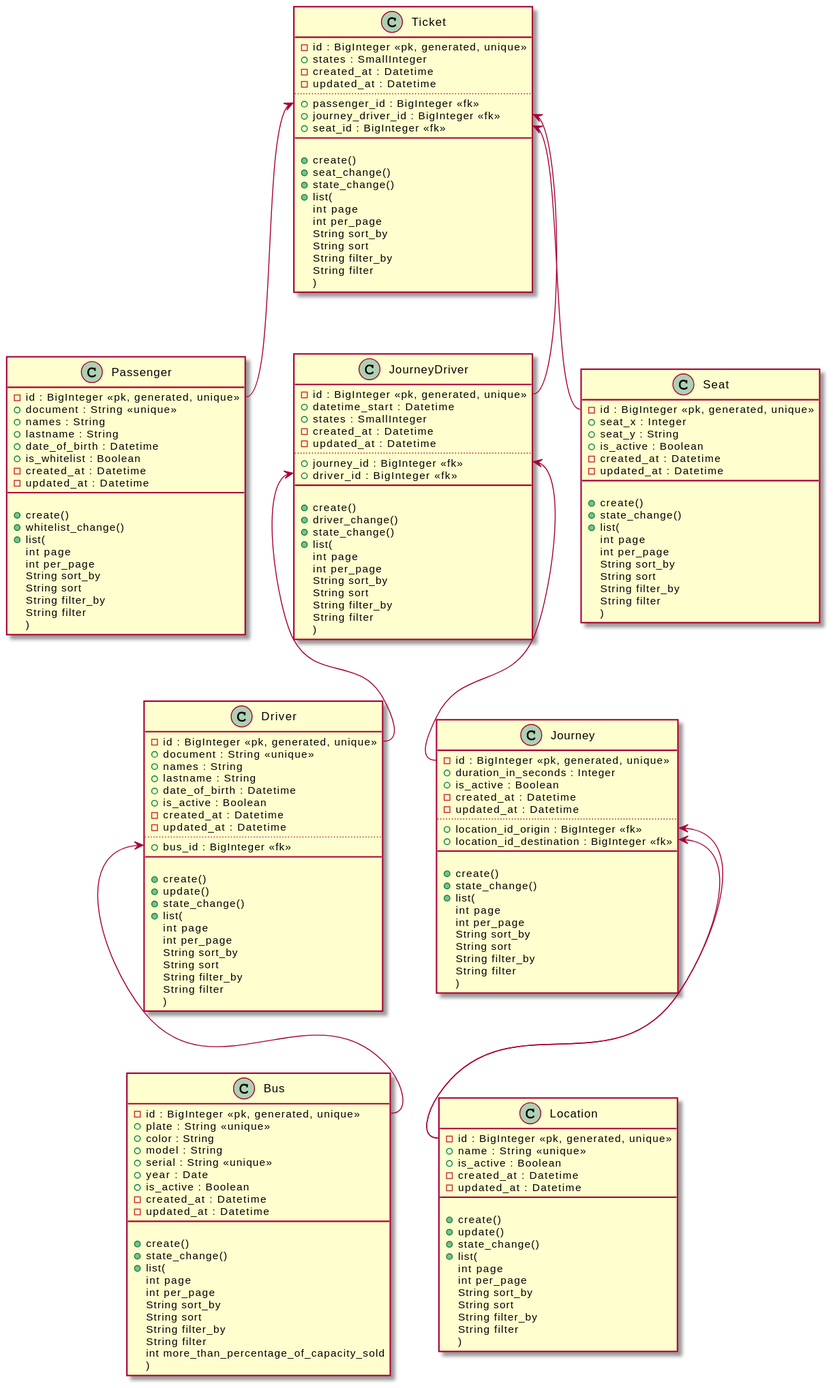
Above: diagrams/diagram_class.svg in bypabloc/travel_agency_backend (PlantUML), before the change.
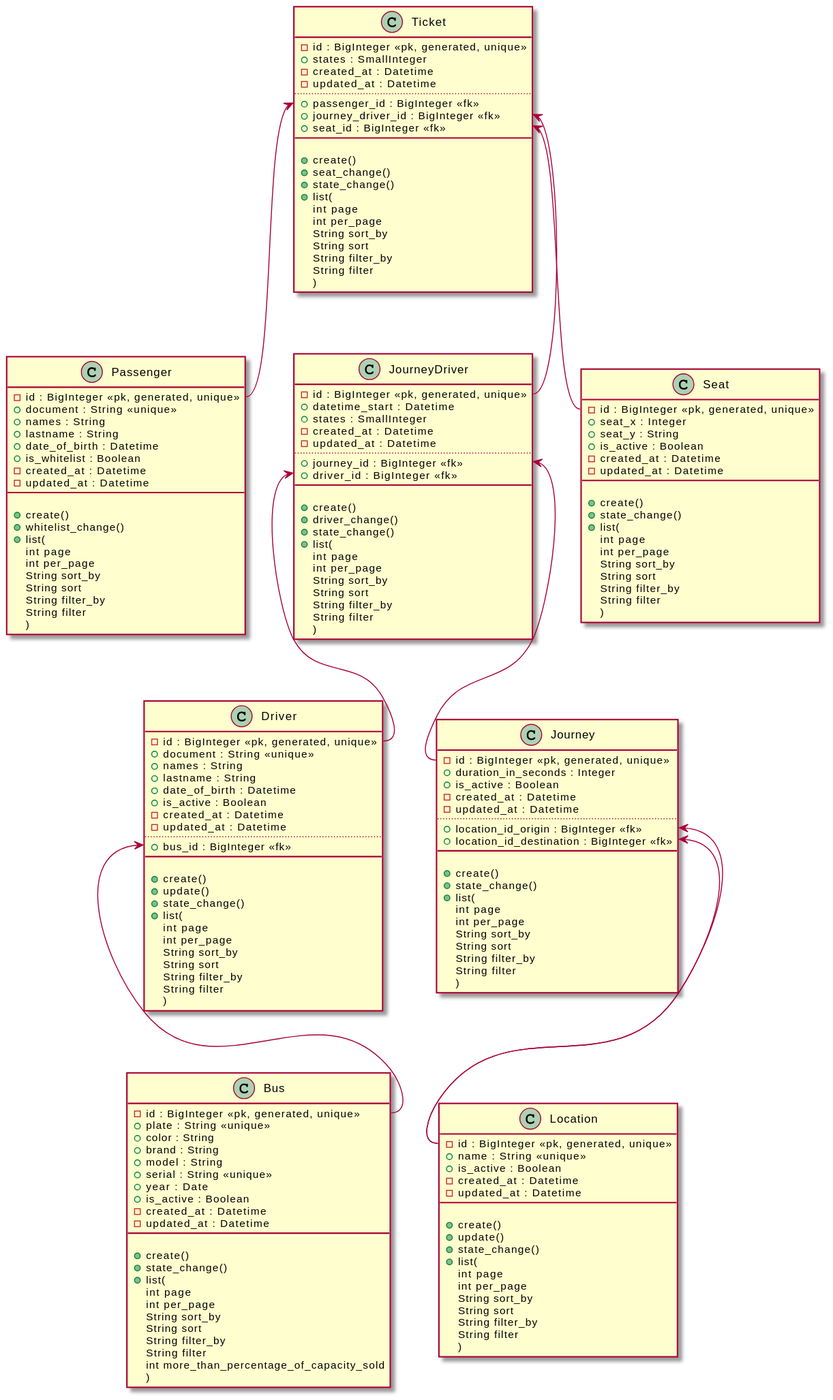
Above is the later version.

Diff of the diagram source:
```diff
@@ -3,6 +3,7 @@
     -{field} id : BigInteger << pk, generated, unique >>
     +{field} plate : String << unique >>
     +{field} color : String
+    +{field} brand : String
     +{field} model : String
     +{field} serial : String << unique >>
     +{field} year : Date
```
